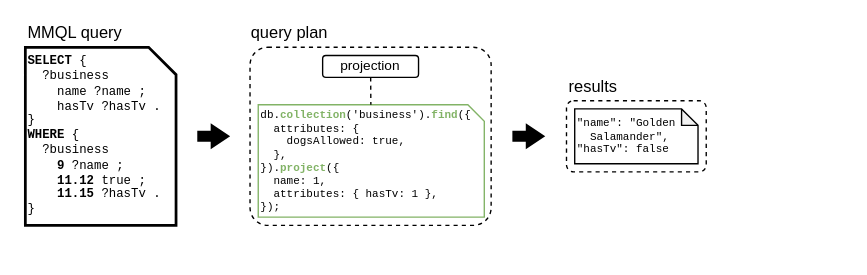
Above: page "query_single" (7 of 16) of img/src/commentary.drawio in tuaki/phd-thesis (draw.io), before the change. Source tidied: cells renumbered, new cells numbered last; positions are measured from the earlier drawing's top-left corner, leaving out a move shared by most shapes. Both pictures are drawn from the tidied source at 137%, with x=0, y=0 at pixel (25, 23).
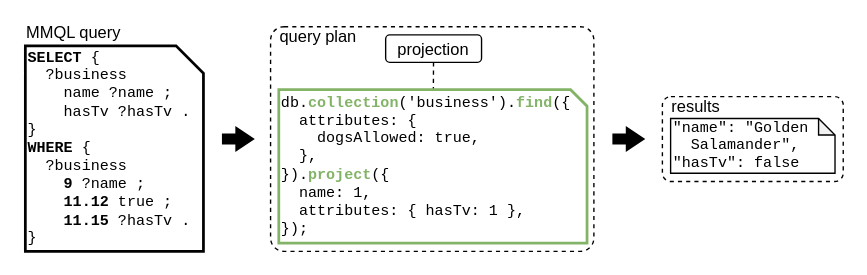
The same page after the edit.

What changed in the source:
```diff
@@
 <mxGraphModel>
   <root>
     <mxCell id="0" />
     <mxCell id="1" parent="0" />
+    <mxCell id="8" style="rounded=1;whiteSpace=wrap;html=1;dashed=1;fillColor=none;arcSize=6;" parent="1" vertex="1">
+      <mxGeometry x="179" y="2" width="236" height="164" as="geometry" />
+    </mxCell>
-    <mxCell id="2" value="&lt;div&gt;&lt;b&gt;SELECT&lt;/b&gt; {&lt;/div&gt;&lt;div&gt;&amp;nbsp; ?business&lt;/div&gt;&lt;div&gt;&amp;nbsp; &amp;nbsp;&amp;nbsp;&lt;span style=&quot;background-color: transparent; color: light-dark(rgb(0, 0, 0), rgb(255, 255, 255));&quot;&gt;name ?name&lt;/span&gt;&lt;span style=&quot;background-color: transparent; color: light-dark(rgb(0, 0, 0), rgb(255, 255, 255));&quot;&gt;&amp;nbsp;;&lt;/span&gt;&lt;/div&gt;&lt;div&gt;&amp;nbsp; &amp;nbsp; hasTv ?hasTv .&lt;/div&gt;&lt;div&gt;}&lt;/div&gt;&lt;div&gt;&lt;b&gt;WHERE&lt;/b&gt; {&lt;/div&gt;&lt;div&gt;&amp;nbsp; ?business&lt;/div&gt;&lt;div&gt;&amp;nbsp; &amp;nbsp;&amp;nbsp;&lt;b&gt;9&lt;/b&gt; ?name ;&lt;/div&gt;&lt;div&gt;&amp;nbsp; &amp;nbsp;&amp;nbsp;&lt;b&gt;11.12&lt;/b&gt; true ;&lt;/div&gt;&lt;div&gt;&amp;nbsp; &amp;nbsp;&amp;nbsp;&lt;b&gt;11.15&lt;/b&gt; ?hasTv .&lt;/div&gt;&lt;div&gt;}&lt;/div&gt;" style="shape=card;whiteSpace=wrap;html=1;size=20;direction=south;fontSize=9;align=left;verticalAlign=middle;labelPosition=center;verticalLabelPosition=middle;fontFamily=Courier New;strokeWidth=2;" parent="1" vertex="1">
-      <mxGeometry y="17" width="110" height="130" as="geometry" />
+    <mxCell id="2" value="&lt;div&gt;&lt;b&gt;SELECT&lt;/b&gt; {&lt;/div&gt;&lt;div&gt;&amp;nbsp; ?business&lt;/div&gt;&lt;div&gt;&amp;nbsp; &amp;nbsp;&amp;nbsp;&lt;span style=&quot;background-color: transparent; color: light-dark(rgb(0, 0, 0), rgb(255, 255, 255));&quot;&gt;name ?name&lt;/span&gt;&lt;span style=&quot;background-color: transparent; color: light-dark(rgb(0, 0, 0), rgb(255, 255, 255));&quot;&gt;&amp;nbsp;;&lt;/span&gt;&lt;/div&gt;&lt;div&gt;&amp;nbsp; &amp;nbsp; hasTv ?hasTv .&lt;/div&gt;&lt;div&gt;}&lt;/div&gt;&lt;div&gt;&lt;b&gt;WHERE&lt;/b&gt; {&lt;/div&gt;&lt;div&gt;&amp;nbsp; ?business&lt;/div&gt;&lt;div&gt;&amp;nbsp; &amp;nbsp;&amp;nbsp;&lt;b&gt;9&lt;/b&gt; ?name ;&lt;/div&gt;&lt;div&gt;&amp;nbsp; &amp;nbsp;&amp;nbsp;&lt;b&gt;11.12&lt;/b&gt; true ;&lt;/div&gt;&lt;div&gt;&amp;nbsp; &amp;nbsp;&amp;nbsp;&lt;b&gt;11.15&lt;/b&gt; ?hasTv .&lt;/div&gt;&lt;div&gt;}&lt;/div&gt;" style="shape=card;whiteSpace=wrap;html=1;size=20;direction=south;fontSize=11;align=left;verticalAlign=middle;labelPosition=center;verticalLabelPosition=middle;fontFamily=Courier New;strokeWidth=2;" parent="1" vertex="1">
+      <mxGeometry y="16" width="130" height="150" as="geometry" />
     </mxCell>
     <mxCell id="3" style="shape=flexArrow;endArrow=classic;html=1;rounded=0;endWidth=10;endSize=4.405586592178771;width=8;fillColor=#000000;strokeColor=none;strokeWidth=1;startWidth=20;arcSize=20;" parent="1" edge="1">
       <mxGeometry relative="1" as="geometry">
-        <mxPoint x="355" y="81.9" as="sourcePoint" />
-        <mxPoint x="380" y="81.9" as="targetPoint" />
+        <mxPoint x="428" y="84" as="sourcePoint" />
+        <mxPoint x="453" y="84" as="targetPoint" />
       </mxGeometry>
     </mxCell>
     <mxCell id="4" style="shape=flexArrow;endArrow=classic;html=1;rounded=0;endWidth=10;endSize=4.405586592178771;width=8;fillColor=#000000;strokeColor=none;strokeWidth=1;startWidth=20;arcSize=20;" parent="1" edge="1">
       <mxGeometry relative="1" as="geometry">
-        <mxPoint x="125" y="81.9" as="sourcePoint" />
-        <mxPoint x="150" y="81.9" as="targetPoint" />
+        <mxPoint x="143" y="84" as="sourcePoint" />
+        <mxPoint x="168" y="84" as="targetPoint" />
       </mxGeometry>
     </mxCell>
     <mxCell id="5" value="MMQL query" style="text;html=1;whiteSpace=wrap;strokeColor=none;fillColor=none;align=left;verticalAlign=middle;rounded=0;" parent="1" vertex="1">
-      <mxGeometry width="80" height="14" as="geometry" />
+      <mxGeometry x="-1" width="80" height="14" as="geometry" />
     </mxCell>
     <mxCell id="6" value="query plan" style="text;html=1;whiteSpace=wrap;strokeColor=none;fillColor=none;align=left;verticalAlign=middle;rounded=0;" parent="1" vertex="1">
-      <mxGeometry x="163" width="80" height="14" as="geometry" />
+      <mxGeometry x="184" y="3" width="80" height="14" as="geometry" />
     </mxCell>
-    <mxCell id="7" value="results" style="text;html=1;whiteSpace=wrap;strokeColor=none;fillColor=none;align=left;verticalAlign=middle;rounded=0;" parent="1" vertex="1">
-      <mxGeometry x="395" y="36" width="80" height="20" as="geometry" />
-    </mxCell>
-    <mxCell id="8" style="rounded=1;whiteSpace=wrap;html=1;dashed=1;fillColor=none;arcSize=10;" parent="1" vertex="1">
-      <mxGeometry x="164" y="17" width="176" height="130" as="geometry" />
-    </mxCell>
-    <mxCell id="9" value="&lt;div&gt;db.&lt;b&gt;&lt;font style=&quot;color: rgb(130, 179, 102);&quot;&gt;collection&lt;/font&gt;&lt;/b&gt;('business').&lt;b&gt;&lt;font style=&quot;color: rgb(130, 179, 102);&quot;&gt;find&lt;/font&gt;&lt;/b&gt;({&lt;/div&gt;&lt;div&gt;&amp;nbsp; attributes: {&lt;/div&gt;&lt;div&gt;&amp;nbsp; &amp;nbsp; dogsAllowed: true,&lt;/div&gt;&lt;div&gt;&amp;nbsp; },&lt;/div&gt;&lt;div&gt;}).&lt;b&gt;&lt;font style=&quot;color: rgb(130, 179, 102);&quot;&gt;project&lt;/font&gt;&lt;/b&gt;({&lt;/div&gt;&lt;div&gt;&amp;nbsp; name: 1,&lt;/div&gt;&lt;div&gt;&amp;nbsp; attributes: {&amp;nbsp;&lt;span style=&quot;background-color: transparent; color: light-dark(rgb(0, 0, 0), rgb(255, 255, 255));&quot;&gt;hasTv: 1&amp;nbsp;&lt;/span&gt;&lt;span style=&quot;background-color: transparent; color: light-dark(rgb(0, 0, 0), rgb(255, 255, 255));&quot;&gt;},&lt;/span&gt;&lt;/div&gt;&lt;div&gt;});&lt;/div&gt;" style="shape=card;whiteSpace=wrap;html=1;size=12;direction=south;fontSize=8;align=left;verticalAlign=middle;labelPosition=center;verticalLabelPosition=middle;fontFamily=Courier New;fillColor=default;strokeColor=#82b366;" parent="1" vertex="1">
-      <mxGeometry x="170" y="59" width="165" height="82" as="geometry" />
-    </mxCell>
     <mxCell id="10" style="rounded=0;jettySize=auto;html=1;endArrow=none;endFill=0;dashed=1;" parent="1" edge="1" source="11" target="9">
       <mxGeometry relative="1" as="geometry" />
     </mxCell>
-    <mxCell id="11" value="&lt;span&gt;projection&lt;/span&gt;" style="rounded=1;whiteSpace=wrap;html=1;fontSize=10;verticalAlign=bottom;" parent="1" vertex="1">
-      <mxGeometry x="217" y="23" width="70" height="16" as="geometry" />
+    <mxCell id="11" value="&lt;span&gt;projection&lt;/span&gt;" style="rounded=1;whiteSpace=wrap;html=1;fontSize=12;verticalAlign=bottom;" parent="1" vertex="1">
+      <mxGeometry x="263" y="8" width="70" height="20" as="geometry" />
     </mxCell>
+    <mxCell id="9" value="&lt;div&gt;db.&lt;b&gt;&lt;font style=&quot;color: rgb(130, 179, 102);&quot;&gt;collection&lt;/font&gt;&lt;/b&gt;('business').&lt;b&gt;&lt;font style=&quot;color: rgb(130, 179, 102);&quot;&gt;find&lt;/font&gt;&lt;/b&gt;({&lt;/div&gt;&lt;div&gt;&amp;nbsp; attributes: {&lt;/div&gt;&lt;div&gt;&amp;nbsp; &amp;nbsp; dogsAllowed: true,&lt;/div&gt;&lt;div&gt;&amp;nbsp; },&lt;/div&gt;&lt;div&gt;}).&lt;b&gt;&lt;font style=&quot;color: rgb(130, 179, 102);&quot;&gt;project&lt;/font&gt;&lt;/b&gt;({&lt;/div&gt;&lt;div&gt;&amp;nbsp; name: 1,&lt;/div&gt;&lt;div&gt;&amp;nbsp; attributes: {&amp;nbsp;&lt;span style=&quot;background-color: transparent; color: light-dark(rgb(0, 0, 0), rgb(255, 255, 255));&quot;&gt;hasTv: 1&amp;nbsp;&lt;/span&gt;&lt;span style=&quot;background-color: transparent; color: light-dark(rgb(0, 0, 0), rgb(255, 255, 255));&quot;&gt;},&lt;/span&gt;&lt;/div&gt;&lt;div&gt;});&lt;/div&gt;" style="shape=card;whiteSpace=wrap;html=1;size=12;direction=south;fontSize=11;align=left;verticalAlign=middle;labelPosition=center;verticalLabelPosition=middle;fontFamily=Courier New;fillColor=default;strokeColor=#82b366;strokeWidth=2;" parent="1" vertex="1">
+      <mxGeometry x="185" y="48" width="225" height="112" as="geometry" />
+    </mxCell>
+    <mxCell id="14" style="group;" parent="1" vertex="1">
+      <mxGeometry x="465" y="53" width="132" height="62" as="geometry" />
+    </mxCell>
-    <mxCell id="12" style="rounded=1;whiteSpace=wrap;html=1;dashed=1;fillColor=none;arcSize=10;" parent="1" vertex="1">
-      <mxGeometry x="395" y="56" width="102" height="52" as="geometry" />
+    <mxCell id="12" style="rounded=1;whiteSpace=wrap;html=1;dashed=1;fillColor=none;arcSize=10;" parent="14" vertex="1">
+      <mxGeometry width="132" height="62" as="geometry" />
     </mxCell>
+    <mxCell id="7" value="results" style="text;html=1;whiteSpace=wrap;strokeColor=none;fillColor=none;align=left;verticalAlign=middle;rounded=0;" parent="14" vertex="1">
+      <mxGeometry x="5" y="1" width="80" height="14" as="geometry" />
+    </mxCell>
-    <mxCell id="13" value="&lt;div style=&quot;border-color: var(--border-color);&quot;&gt;&lt;div&gt;&quot;name&quot;: &quot;Golden&lt;/div&gt;&lt;div&gt;&amp;nbsp; Salamander&quot;,&lt;span style=&quot;background-color: transparent; color: light-dark(rgb(0, 0, 0), rgb(255, 255, 255));&quot;&gt;&lt;/span&gt;&lt;/div&gt;&lt;div&gt;&lt;span style=&quot;background-color: transparent; color: light-dark(rgb(0, 0, 0), rgb(255, 255, 255));&quot;&gt;&quot;hasTv&quot;: false&lt;/span&gt;&lt;/div&gt;&lt;/div&gt;" style="shape=note;whiteSpace=wrap;html=1;backgroundOutline=1;darkOpacity=0.05;strokeWidth=1;fontSize=8;align=left;size=12;fontFamily=Courier New;" parent="1" vertex="1">
-      <mxGeometry x="401" y="62" width="90" height="40" as="geometry" />
+    <mxCell id="13" value="&lt;div style=&quot;border-color: var(--border-color);&quot;&gt;&lt;div&gt;&quot;name&quot;: &quot;Golden&lt;/div&gt;&lt;div&gt;&amp;nbsp; Salamander&quot;,&lt;span style=&quot;background-color: transparent; color: light-dark(rgb(0, 0, 0), rgb(255, 255, 255));&quot;&gt;&lt;/span&gt;&lt;/div&gt;&lt;div&gt;&lt;span style=&quot;background-color: transparent; color: light-dark(rgb(0, 0, 0), rgb(255, 255, 255));&quot;&gt;&quot;hasTv&quot;: false&lt;/span&gt;&lt;/div&gt;&lt;/div&gt;" style="shape=note;whiteSpace=wrap;html=1;backgroundOutline=1;darkOpacity=0.05;strokeWidth=1;fontSize=11;align=left;size=12;fontFamily=Courier New;" parent="14" vertex="1">
+      <mxGeometry x="6" y="16" width="120" height="40" as="geometry" />
     </mxCell>
   </root>
 </mxGraphModel>
```
